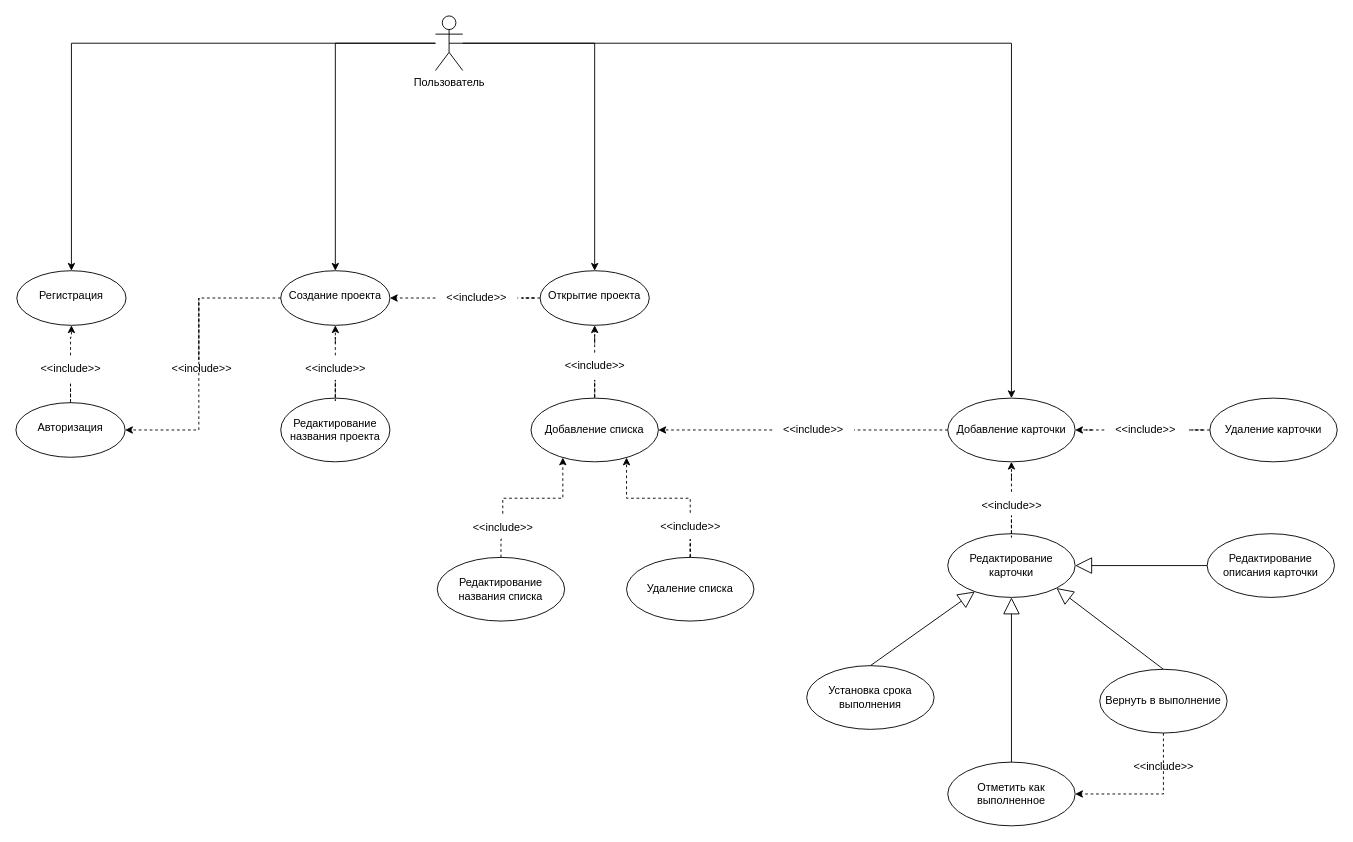
The draw.io diagram Диаграмма без названия.drawio in djhsgfjk/computer_vision, before the edit. Source tidied: cells renumbered, new cells numbered last; positions are measured from the earlier drawing's top-left corner, leaving out a move shared by most shapes. Both pictures are drawn from the tidied source at 91%, with x=0, y=0 at pixel (15, 15).
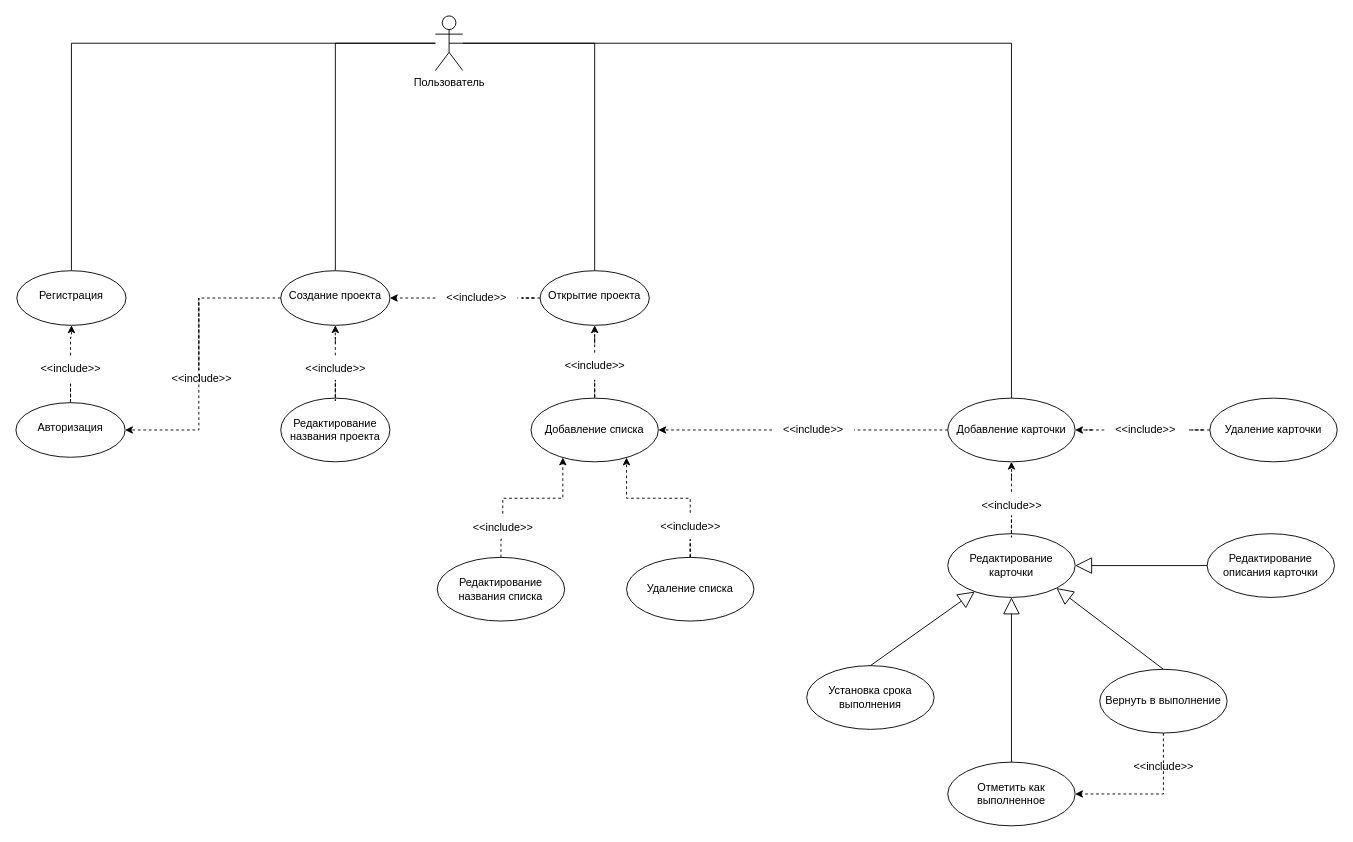
After the change.

The change refers to these unchanged cells:
```xml
<mxCell id="5" value="Пользователь" style="shape=umlActor;verticalLabelPosition=bottom;verticalAlign=top;html=1;outlineConnect=0;" parent="1" vertex="1">
  <mxGeometry x="461" width="30" height="60" as="geometry" />
</mxCell>
<mxCell id="6" value="&lt;br&gt;Регистрация" style="ellipse;whiteSpace=wrap;html=1;verticalAlign=top;" parent="1" vertex="1">
  <mxGeometry x="1" y="280" width="120" height="60" as="geometry" />
</mxCell>
<mxCell id="10" value="&lt;br&gt;Создание проекта" style="ellipse;whiteSpace=wrap;html=1;verticalAlign=top;" parent="1" vertex="1">
  <mxGeometry x="291" y="280" width="120" height="60" as="geometry" />
</mxCell>
<mxCell id="14" value="&lt;br&gt;Открытие проекта" style="ellipse;whiteSpace=wrap;html=1;verticalAlign=top;" parent="1" vertex="1">
  <mxGeometry x="576" y="280" width="120" height="60" as="geometry" />
</mxCell>
<mxCell id="22" value="Добавление карточки" style="ellipse;whiteSpace=wrap;html=1;" parent="1" vertex="1">
  <mxGeometry x="1024" y="420" width="140" height="70" as="geometry" />
</mxCell>
```

Change to the diagram source:
```diff
@@
-    <mxCell id="2" style="edgeStyle=orthogonalEdgeStyle;rounded=0;jettySize=auto;html=1;" parent="1" edge="1" source="5" target="6">
+    <mxCell id="2" style="edgeStyle=orthogonalEdgeStyle;rounded=0;jettySize=auto;html=1;endArrow=none;endFill=0;" parent="1" edge="1" source="5" target="6">
       <mxGeometry relative="1" as="geometry" />
     </mxCell>
-    <mxCell id="3" style="edgeStyle=orthogonalEdgeStyle;rounded=0;jettySize=auto;html=1;" parent="1" edge="1" source="5" target="10">
+    <mxCell id="3" style="edgeStyle=orthogonalEdgeStyle;rounded=0;jettySize=auto;html=1;endArrow=none;endFill=0;" parent="1" edge="1" source="5" target="10">
       <mxGeometry relative="1" as="geometry" />
     </mxCell>
-    <mxCell id="4" style="edgeStyle=orthogonalEdgeStyle;rounded=0;jettySize=auto;html=1;" parent="1" edge="1" source="5" target="14">
+    <mxCell id="4" style="edgeStyle=orthogonalEdgeStyle;rounded=0;jettySize=auto;html=1;endArrow=none;endFill=0;" parent="1" edge="1" source="5" target="14">
       <mxGeometry relative="1" as="geometry" />
     </mxCell>
@@
-    <mxCell id="27" style="edgeStyle=orthogonalEdgeStyle;rounded=0;jettySize=auto;html=1;exitX=0.5;exitY=0.5;exitDx=0;exitDy=0;exitPerimeter=0;" parent="1" edge="1" source="5" target="22">
+    <mxCell id="27" style="edgeStyle=orthogonalEdgeStyle;rounded=0;jettySize=auto;html=1;exitX=0.5;exitY=0.5;exitDx=0;exitDy=0;exitPerimeter=0;endArrow=none;endFill=0;" parent="1" edge="1" source="5" target="22">
       <mxGeometry relative="1" as="geometry" />
     </mxCell>
@@
     <mxCell id="57" value="&amp;lt;&amp;lt;include&amp;gt;&amp;gt;" style="text;html=1;align=center;verticalAlign=middle;points=[];strokeColor=none;fillColor=none;spacing=0;" parent="1" vertex="1">
-      <mxGeometry x="159" y="378" width="90" height="20" as="geometry" />
+      <mxGeometry x="159" y="389" width="90" height="20" as="geometry" />
     </mxCell>
```
